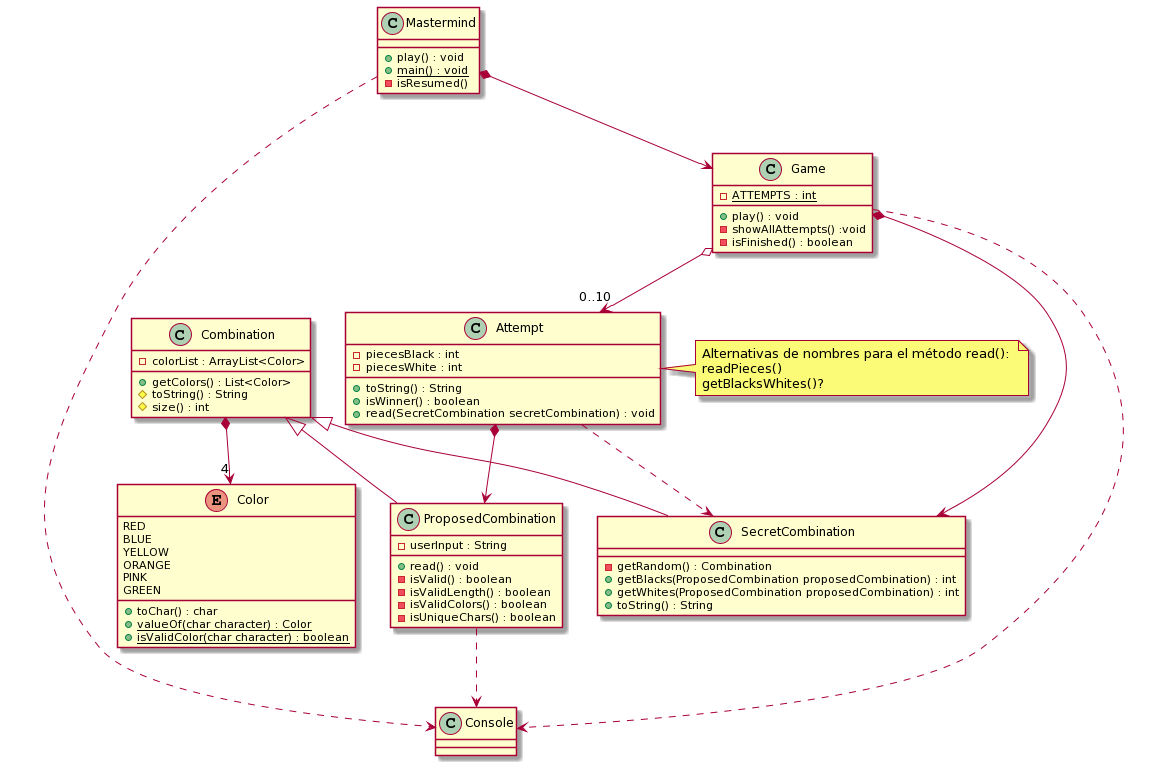
Earlier version of the PlantUML export BasicPlayUMLMastermind.png (Master-Desarrollo-20-21/ejercicio-1-relaciones-entre-clases-jumpering).
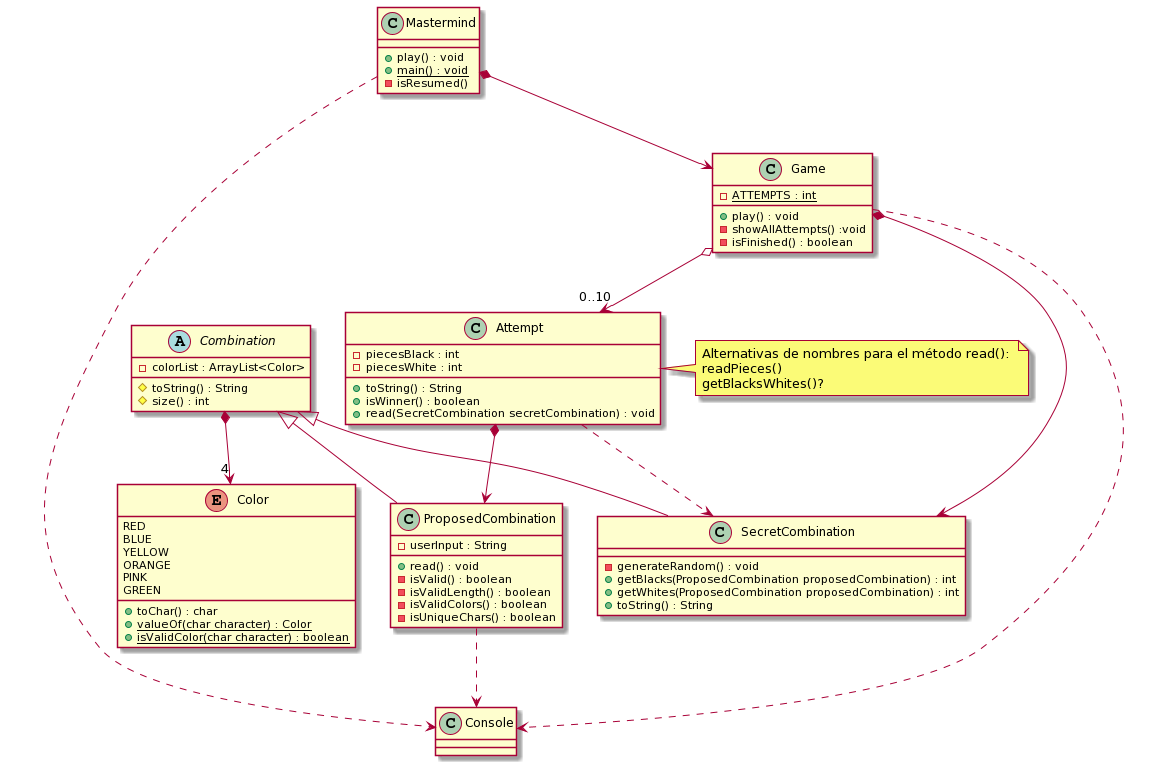
Above is the later version.

Commit message:
update UML public view

Change to the diagram source:
```diff
@@ -31,7 +31,7 @@
 Game o-->"0..10" Attempt
 
 class SecretCombination{
-- getRandom() : Combination
+- generateRandom() : void
 + getBlacks(ProposedCombination proposedCombination) : int
 + getWhites(ProposedCombination proposedCombination) : int
 + toString() : String
@@ -50,9 +50,8 @@
 
 
 
-class Combination{
+abstract class Combination{
 - colorList : ArrayList<Color>
-+ getColors() : List<Color>
 # toString() : String
 # size() : int
 }
```
